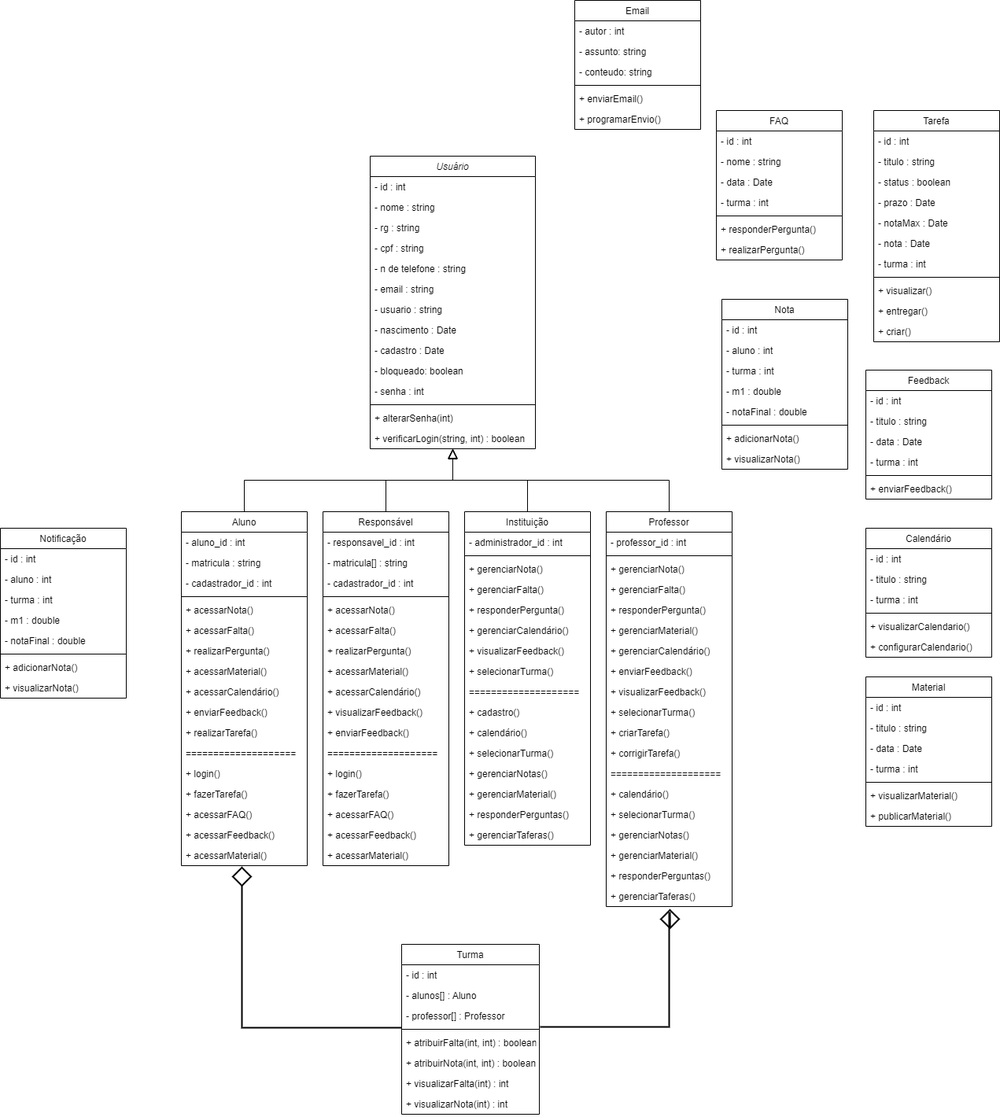
zampini28/Projeto-Educacao keeps this draw.io diagram as drawio/Projeto Educação.png. Above is the earlier version. Source tidied: cells renumbered, new cells last; positions are measured from the earlier drawing's top-left corner, leaving out a move shared by most shapes.
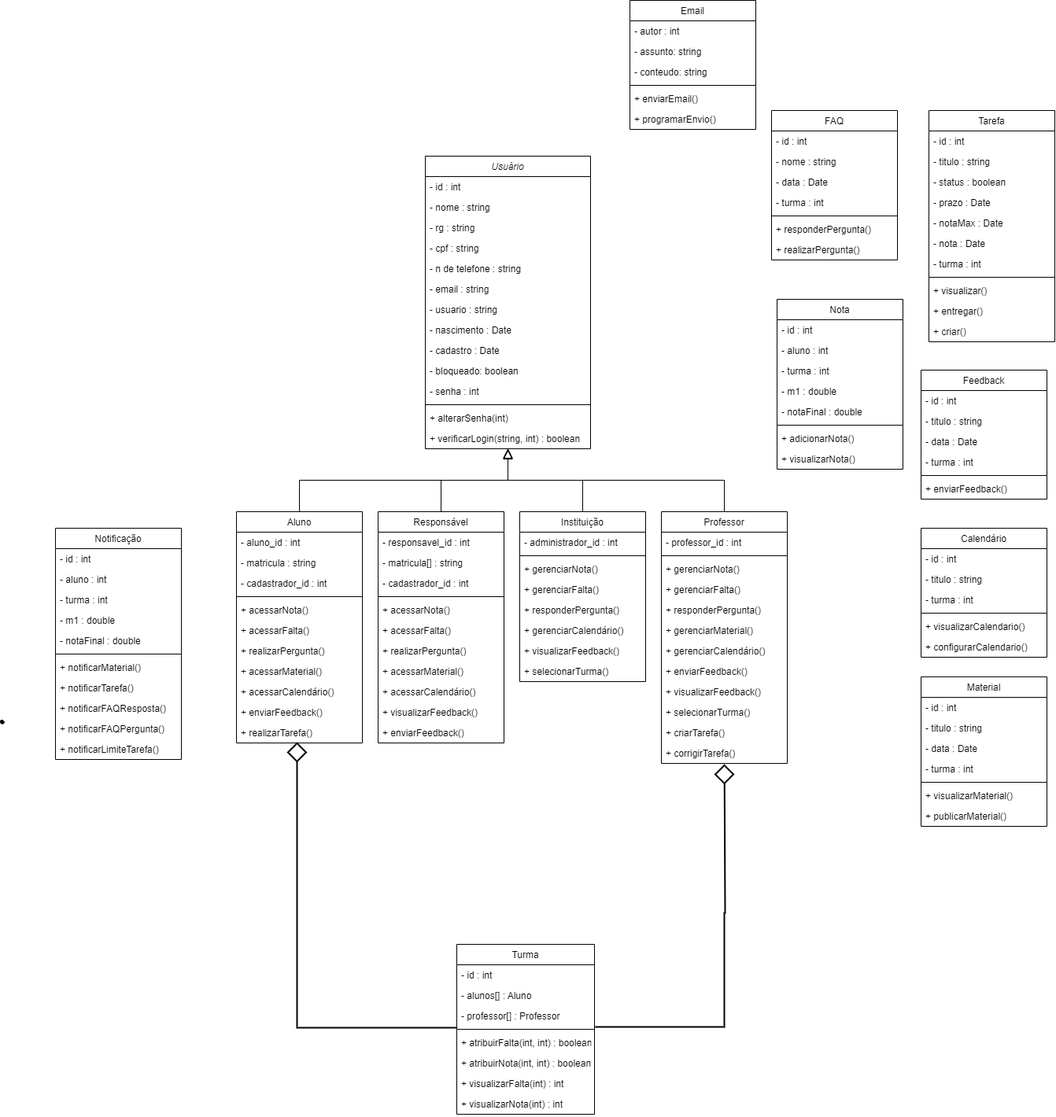
The same diagram one commit later.

Commit message:
Class diagram image

The edit, as a diff of the source:
```diff
@@ -48,7 +48,7 @@
       <mxGeometry y="346" width="210" height="26" as="geometry" />
     </mxCell>
     <mxCell id="17" value="Aluno" style="swimlane;fontStyle=0;align=center;verticalAlign=top;horizontal=1;startSize=26;rounded=0;shadow=0;strokeWidth=1;" parent="1" vertex="1">
-      <mxGeometry x="230" y="650" width="160" height="450" as="geometry" />
+      <mxGeometry x="230" y="650" width="160" height="294" as="geometry" />
     </mxCell>
     <mxCell id="18" value="- aluno_id : int" style="text;align=left;verticalAlign=top;spacingLeft=4;spacingRight=4;overflow=hidden;" parent="17" vertex="1">
       <mxGeometry y="26" width="160" height="26" as="geometry" />
@@ -83,29 +83,11 @@
     <mxCell id="28" value="+ realizarTarefa()" style="text;align=left;verticalAlign=top;spacingLeft=4;spacingRight=4;overflow=hidden;points=[[0,0.5],[1,0.5]];portConstraint=eastwest;" parent="17" vertex="1">
       <mxGeometry y="268" width="160" height="26" as="geometry" />
     </mxCell>
-    <mxCell id="29" value="====================" style="text;align=left;verticalAlign=top;spacingLeft=4;spacingRight=4;overflow=hidden;" parent="17" vertex="1">
-      <mxGeometry y="294" width="160" height="26" as="geometry" />
-    </mxCell>
-    <mxCell id="30" value="+ login()" style="text;align=left;verticalAlign=top;spacingLeft=4;spacingRight=4;overflow=hidden;" parent="17" vertex="1">
-      <mxGeometry y="320" width="160" height="26" as="geometry" />
-    </mxCell>
-    <mxCell id="31" value="+ fazerTarefa()" style="text;align=left;verticalAlign=top;spacingLeft=4;spacingRight=4;overflow=hidden;" parent="17" vertex="1">
-      <mxGeometry y="346" width="160" height="26" as="geometry" />
-    </mxCell>
-    <mxCell id="32" value="+ acessarFAQ()" style="text;align=left;verticalAlign=top;spacingLeft=4;spacingRight=4;overflow=hidden;" parent="17" vertex="1">
-      <mxGeometry y="372" width="160" height="26" as="geometry" />
-    </mxCell>
-    <mxCell id="33" value="+ acessarFeedback()" style="text;align=left;verticalAlign=top;spacingLeft=4;spacingRight=4;overflow=hidden;" parent="17" vertex="1">
-      <mxGeometry y="398" width="160" height="26" as="geometry" />
-    </mxCell>
-    <mxCell id="34" value="+ acessarMaterial()" style="text;align=left;verticalAlign=top;spacingLeft=4;spacingRight=4;overflow=hidden;points=[[0,0.5],[1,0.5]];portConstraint=eastwest;" parent="17" vertex="1">
-      <mxGeometry y="424" width="160" height="26" as="geometry" />
-    </mxCell>
     <mxCell id="35" style="endArrow=block;endSize=10;endFill=0;shadow=0;strokeWidth=1;rounded=0;edgeStyle=elbowEdgeStyle;elbow=vertical;" parent="1" edge="1" source="17" target="2">
       <mxGeometry relative="1" as="geometry" />
     </mxCell>
     <mxCell id="36" value="Responsável" style="swimlane;fontStyle=0;align=center;verticalAlign=top;horizontal=1;startSize=26;rounded=0;shadow=0;strokeWidth=1;" parent="1" vertex="1">
-      <mxGeometry x="410" y="650" width="160" height="450" as="geometry" />
+      <mxGeometry x="410" y="650" width="160" height="294" as="geometry" />
     </mxCell>
     <mxCell id="37" value="- responsavel_id : int" style="text;align=left;verticalAlign=top;spacingLeft=4;spacingRight=4;overflow=hidden;" parent="36" vertex="1">
       <mxGeometry y="26" width="160" height="26" as="geometry" />
@@ -140,29 +122,11 @@
     <mxCell id="47" value="+ enviarFeedback()" style="text;align=left;verticalAlign=top;spacingLeft=4;spacingRight=4;overflow=hidden;" parent="36" vertex="1">
       <mxGeometry y="268" width="160" height="26" as="geometry" />
     </mxCell>
-    <mxCell id="48" value="====================" style="text;align=left;verticalAlign=top;spacingLeft=4;spacingRight=4;overflow=hidden;" parent="36" vertex="1">
-      <mxGeometry y="294" width="160" height="26" as="geometry" />
-    </mxCell>
-    <mxCell id="49" value="+ login()" style="text;align=left;verticalAlign=top;spacingLeft=4;spacingRight=4;overflow=hidden;" parent="36" vertex="1">
-      <mxGeometry y="320" width="160" height="26" as="geometry" />
-    </mxCell>
-    <mxCell id="50" value="+ fazerTarefa()" style="text;align=left;verticalAlign=top;spacingLeft=4;spacingRight=4;overflow=hidden;" parent="36" vertex="1">
-      <mxGeometry y="346" width="160" height="26" as="geometry" />
-    </mxCell>
-    <mxCell id="51" value="+ acessarFAQ()" style="text;align=left;verticalAlign=top;spacingLeft=4;spacingRight=4;overflow=hidden;" parent="36" vertex="1">
-      <mxGeometry y="372" width="160" height="26" as="geometry" />
-    </mxCell>
-    <mxCell id="52" value="+ acessarFeedback()" style="text;align=left;verticalAlign=top;spacingLeft=4;spacingRight=4;overflow=hidden;" parent="36" vertex="1">
-      <mxGeometry y="398" width="160" height="26" as="geometry" />
-    </mxCell>
-    <mxCell id="53" value="+ acessarMaterial()" style="text;align=left;verticalAlign=top;spacingLeft=4;spacingRight=4;overflow=hidden;" parent="36" vertex="1">
-      <mxGeometry y="424" width="160" height="26" as="geometry" />
-    </mxCell>
     <mxCell id="54" style="endArrow=block;endSize=10;endFill=0;shadow=0;strokeWidth=1;rounded=0;edgeStyle=elbowEdgeStyle;elbow=vertical;" parent="1" edge="1" source="36" target="2">
       <mxGeometry relative="1" as="geometry" />
     </mxCell>
     <mxCell id="55" value="Instituição" style="swimlane;fontStyle=0;align=center;verticalAlign=top;horizontal=1;startSize=26;rounded=0;shadow=0;strokeWidth=1;" parent="1" vertex="1">
-      <mxGeometry x="590" y="650" width="160" height="424" as="geometry" />
+      <mxGeometry x="590" y="650" width="160" height="216" as="geometry" />
     </mxCell>
     <mxCell id="56" value="- administrador_id : int" style="text;align=left;verticalAlign=top;spacingLeft=4;spacingRight=4;overflow=hidden;" parent="55" vertex="1">
       <mxGeometry y="26" width="160" height="26" as="geometry" />
@@ -188,30 +152,6 @@
     <mxCell id="63" value="+ selecionarTurma()" style="text;align=left;verticalAlign=top;spacingLeft=4;spacingRight=4;overflow=hidden;" parent="55" vertex="1">
       <mxGeometry y="190" width="160" height="26" as="geometry" />
     </mxCell>
-    <mxCell id="64" value="====================" style="text;align=left;verticalAlign=top;spacingLeft=4;spacingRight=4;overflow=hidden;" parent="55" vertex="1">
-      <mxGeometry y="216" width="160" height="26" as="geometry" />
-    </mxCell>
-    <mxCell id="65" value="+ cadastro()" style="text;align=left;verticalAlign=top;spacingLeft=4;spacingRight=4;overflow=hidden;" parent="55" vertex="1">
-      <mxGeometry y="242" width="160" height="26" as="geometry" />
-    </mxCell>
-    <mxCell id="66" value="+ calendário()" style="text;align=left;verticalAlign=top;spacingLeft=4;spacingRight=4;overflow=hidden;" parent="55" vertex="1">
-      <mxGeometry y="268" width="160" height="26" as="geometry" />
-    </mxCell>
-    <mxCell id="67" value="+ selecionarTurma()" style="text;align=left;verticalAlign=top;spacingLeft=4;spacingRight=4;overflow=hidden;" parent="55" vertex="1">
-      <mxGeometry y="294" width="160" height="26" as="geometry" />
-    </mxCell>
-    <mxCell id="68" value="+ gerenciarNotas()" style="text;align=left;verticalAlign=top;spacingLeft=4;spacingRight=4;overflow=hidden;" parent="55" vertex="1">
-      <mxGeometry y="320" width="160" height="26" as="geometry" />
-    </mxCell>
-    <mxCell id="69" value="+ gerenciarMaterial()" style="text;align=left;verticalAlign=top;spacingLeft=4;spacingRight=4;overflow=hidden;" parent="55" vertex="1">
-      <mxGeometry y="346" width="160" height="26" as="geometry" />
-    </mxCell>
-    <mxCell id="70" value="+ responderPerguntas()" style="text;align=left;verticalAlign=top;spacingLeft=4;spacingRight=4;overflow=hidden;" parent="55" vertex="1">
-      <mxGeometry y="372" width="160" height="26" as="geometry" />
-    </mxCell>
-    <mxCell id="71" value="+ gerenciarTaferas()" style="text;align=left;verticalAlign=top;spacingLeft=4;spacingRight=4;overflow=hidden;" parent="55" vertex="1">
-      <mxGeometry y="398" width="160" height="26" as="geometry" />
-    </mxCell>
     <mxCell id="72" style="endArrow=block;endSize=10;endFill=0;shadow=0;strokeWidth=1;rounded=0;edgeStyle=elbowEdgeStyle;elbow=vertical;exitX=0.5;exitY=0;exitDx=0;exitDy=0;" parent="1" edge="1" source="55">
       <mxGeometry relative="1" as="geometry">
         <mxPoint x="575" y="570" as="targetPoint" />
@@ -221,7 +161,7 @@
       </mxGeometry>
     </mxCell>
     <mxCell id="73" value="Professor" style="swimlane;fontStyle=0;align=center;verticalAlign=top;horizontal=1;startSize=26;rounded=0;shadow=0;strokeWidth=1;" parent="1" vertex="1">
-      <mxGeometry x="770" y="650" width="160" height="502" as="geometry" />
+      <mxGeometry x="770" y="650" width="160" height="320" as="geometry" />
     </mxCell>
     <mxCell id="74" value="- professor_id : int" style="text;align=left;verticalAlign=top;spacingLeft=4;spacingRight=4;overflow=hidden;" parent="73" vertex="1">
       <mxGeometry y="26" width="160" height="26" as="geometry" />
@@ -259,27 +199,6 @@
     <mxCell id="85" value="+ corrigirTarefa()" style="text;align=left;verticalAlign=top;spacingLeft=4;spacingRight=4;overflow=hidden;points=[[0,0.5],[1,0.5]];portConstraint=eastwest;" parent="73" vertex="1">
       <mxGeometry y="294" width="160" height="26" as="geometry" />
     </mxCell>
-    <mxCell id="86" value="====================" style="text;align=left;verticalAlign=top;spacingLeft=4;spacingRight=4;overflow=hidden;" parent="73" vertex="1">
-      <mxGeometry y="320" width="160" height="26" as="geometry" />
-    </mxCell>
-    <mxCell id="87" value="+ calendário()" style="text;align=left;verticalAlign=top;spacingLeft=4;spacingRight=4;overflow=hidden;" parent="73" vertex="1">
-      <mxGeometry y="346" width="160" height="26" as="geometry" />
-    </mxCell>
-    <mxCell id="88" value="+ selecionarTurma()" style="text;align=left;verticalAlign=top;spacingLeft=4;spacingRight=4;overflow=hidden;" parent="73" vertex="1">
-      <mxGeometry y="372" width="160" height="26" as="geometry" />
-    </mxCell>
-    <mxCell id="89" value="+ gerenciarNotas()" style="text;align=left;verticalAlign=top;spacingLeft=4;spacingRight=4;overflow=hidden;" parent="73" vertex="1">
-      <mxGeometry y="398" width="160" height="26" as="geometry" />
-    </mxCell>
-    <mxCell id="90" value="+ gerenciarMaterial()" style="text;align=left;verticalAlign=top;spacingLeft=4;spacingRight=4;overflow=hidden;" parent="73" vertex="1">
-      <mxGeometry y="424" width="160" height="26" as="geometry" />
-    </mxCell>
-    <mxCell id="91" value="+ responderPerguntas()" style="text;align=left;verticalAlign=top;spacingLeft=4;spacingRight=4;overflow=hidden;" parent="73" vertex="1">
-      <mxGeometry y="450" width="160" height="26" as="geometry" />
-    </mxCell>
-    <mxCell id="92" value="+ gerenciarTaferas()" style="text;align=left;verticalAlign=top;spacingLeft=4;spacingRight=4;overflow=hidden;points=[[0,0.5],[1,0.5]];portConstraint=eastwest;" parent="73" vertex="1">
-      <mxGeometry y="476" width="160" height="26" as="geometry" />
-    </mxCell>
     <mxCell id="93" style="endArrow=block;endSize=10;endFill=0;shadow=0;strokeWidth=1;rounded=0;edgeStyle=elbowEdgeStyle;elbow=vertical;exitX=0.5;exitY=0;exitDx=0;exitDy=0;entryX=0.5;entryY=1.038;entryDx=0;entryDy=0;entryPerimeter=0;" parent="1" edge="1" source="73" target="16">
       <mxGeometry relative="1" as="geometry">
         <Array as="points">
@@ -288,7 +207,7 @@
         </Array>
       </mxGeometry>
     </mxCell>
-    <mxCell id="94" style="edgeStyle=orthogonalEdgeStyle;rounded=0;jettySize=auto;html=1;entryX=0.506;entryY=1.115;entryDx=0;entryDy=0;entryPerimeter=0;strokeWidth=2;endArrow=diamond;endFill=0;startSize=6;endSize=21;sourcePerimeterSpacing=0;exitX=1.006;exitY=1.038;exitDx=0;exitDy=0;exitPerimeter=0;" parent="1" edge="1" source="98" target="92">
+    <mxCell id="94" style="edgeStyle=orthogonalEdgeStyle;rounded=0;jettySize=auto;html=1;entryX=0.5;entryY=1.038;entryDx=0;entryDy=0;entryPerimeter=0;strokeWidth=2;endArrow=diamond;endFill=0;startSize=6;endSize=21;sourcePerimeterSpacing=0;exitX=1.006;exitY=1.038;exitDx=0;exitDy=0;exitPerimeter=0;" parent="1" edge="1" source="98" target="85">
       <mxGeometry relative="1" as="geometry">
         <Array as="points">
           <mxPoint x="850" y="1305" />
@@ -324,7 +243,7 @@
     <mxCell id="103" value="+ visualizarNota(int) : int" style="text;align=left;verticalAlign=top;spacingLeft=4;spacingRight=4;overflow=hidden;" parent="95" vertex="1">
       <mxGeometry y="190" width="175" height="26" as="geometry" />
     </mxCell>
-    <mxCell id="104" style="edgeStyle=orthogonalEdgeStyle;rounded=0;jettySize=auto;html=1;entryX=0.481;entryY=1.038;entryDx=0;entryDy=0;entryPerimeter=0;endArrow=diamond;endFill=0;strokeWidth=2;startSize=6;sourcePerimeterSpacing=0;arcSize=100;endSize=21;exitX=0;exitY=1.077;exitDx=0;exitDy=0;exitPerimeter=0;" parent="1" edge="1" source="98" target="34">
+    <mxCell id="104" style="edgeStyle=orthogonalEdgeStyle;rounded=0;jettySize=auto;html=1;entryX=0.481;entryY=0.962;entryDx=0;entryDy=0;entryPerimeter=0;endArrow=diamond;endFill=0;strokeWidth=2;startSize=6;sourcePerimeterSpacing=0;arcSize=100;endSize=21;exitX=0;exitY=1.077;exitDx=0;exitDy=0;exitPerimeter=0;" parent="1" edge="1" source="98" target="28">
       <mxGeometry relative="1" as="geometry" />
     </mxCell>
     <mxCell id="105" value="Tarefa" style="swimlane;fontStyle=0;align=center;verticalAlign=top;horizontal=1;startSize=26;rounded=0;shadow=0;strokeWidth=1;" parent="1" vertex="1">
@@ -502,7 +421,7 @@
       <mxGeometry y="138" width="160" height="26" as="geometry" />
     </mxCell>
     <mxCell id="163" value="Notificação" style="swimlane;fontStyle=0;align=center;verticalAlign=top;horizontal=1;startSize=26;rounded=0;shadow=0;strokeWidth=1;" parent="1" vertex="1">
-      <mxGeometry y="671" width="160" height="216" as="geometry" />
+      <mxGeometry y="671" width="160" height="294" as="geometry" />
     </mxCell>
     <mxCell id="164" value="- id : int" style="text;align=left;verticalAlign=top;spacingLeft=4;spacingRight=4;overflow=hidden;" parent="163" vertex="1">
       <mxGeometry y="26" width="160" height="26" as="geometry" />
@@ -522,11 +441,23 @@
     <mxCell id="169" style="line;html=1;strokeWidth=1;align=left;verticalAlign=middle;spacingTop=-1;spacingLeft=3;spacingRight=3;labelPosition=right;" parent="163" vertex="1">
       <mxGeometry y="156" width="160" height="8" as="geometry" />
     </mxCell>
-    <mxCell id="170" value="+ adicionarNota()" style="text;align=left;verticalAlign=top;spacingLeft=4;spacingRight=4;overflow=hidden;" parent="163" vertex="1">
+    <mxCell id="170" value="+ notificarMaterial()" style="text;align=left;verticalAlign=top;spacingLeft=4;spacingRight=4;overflow=hidden;" parent="163" vertex="1">
       <mxGeometry y="164" width="160" height="26" as="geometry" />
     </mxCell>
-    <mxCell id="171" value="+ visualizarNota()" style="text;align=left;verticalAlign=top;spacingLeft=4;spacingRight=4;overflow=hidden;" parent="163" vertex="1">
+    <mxCell id="171" value="+ notificarTarefa()" style="text;align=left;verticalAlign=top;spacingLeft=4;spacingRight=4;overflow=hidden;" parent="163" vertex="1">
       <mxGeometry y="190" width="160" height="26" as="geometry" />
     </mxCell>
+    <mxCell id="172" value="+ notificarFAQResposta()" style="text;align=left;verticalAlign=top;spacingLeft=4;spacingRight=4;overflow=hidden;" parent="163" vertex="1">
+      <mxGeometry y="216" width="160" height="26" as="geometry" />
+    </mxCell>
+    <mxCell id="173" value="+ notificarFAQPergunta()" style="text;align=left;verticalAlign=top;spacingLeft=4;spacingRight=4;overflow=hidden;" parent="163" vertex="1">
+      <mxGeometry y="242" width="160" height="26" as="geometry" />
+    </mxCell>
+    <mxCell id="174" value="+ notificarLimiteTarefa()" style="text;align=left;verticalAlign=top;spacingLeft=4;spacingRight=4;overflow=hidden;" parent="163" vertex="1">
+      <mxGeometry y="268" width="160" height="26" as="geometry" />
+    </mxCell>
+    <mxCell id="175" style="shape=(stored shape, 640 characters);lineShape=1;" parent="1" vertex="1">
+      <mxGeometry x="-70.1" y="914.9" width="4.7" height="4.7" as="geometry" />
+    </mxCell>
   </root>
 </mxGraphModel>
```
